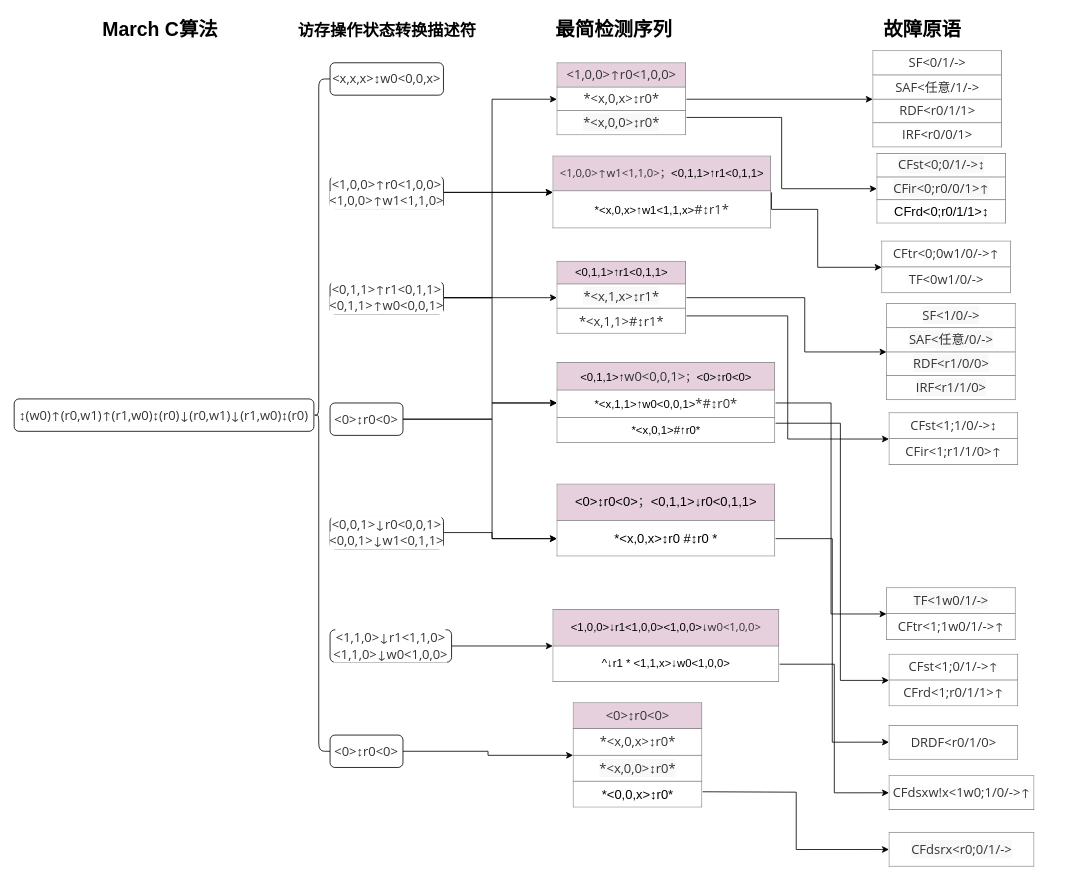
The draw.io diagram doc/march c检测故障.drawio in shanshan-lu/homwork, before the edit. Source tidied: cells renumbered, new cells numbered last; positions are measured from the earlier drawing's top-left corner, leaving out a move shared by most shapes. Both pictures are drawn from the tidied source at 81%, with x=0, y=0 at pixel (14, 14).
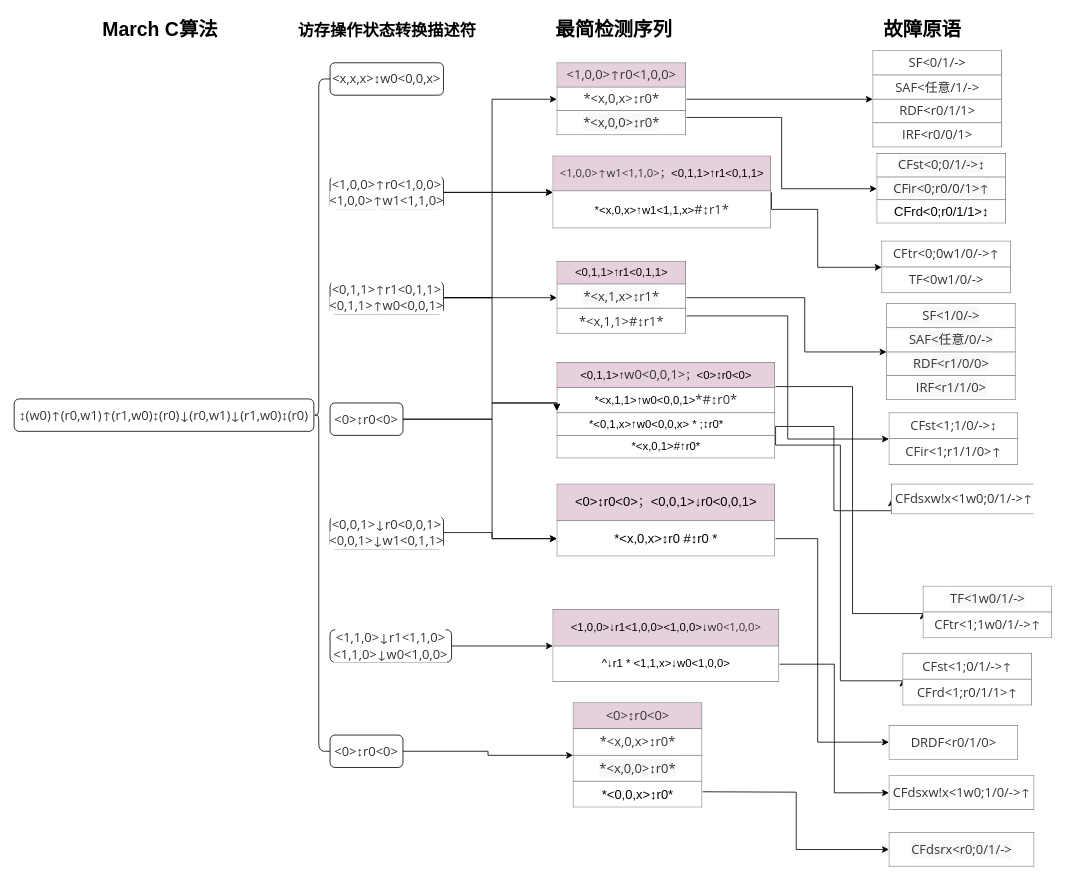
After the change.

Commit message (it also covers changes not shown here):
更新march c检测故障.drawio

The change refers to these unchanged cells:
```xml
<mxCell id="48" value="&lt;table border=&quot;1&quot; width=&quot;100%&quot; height=&quot;100%&quot; cellpadding=&quot;4&quot; style=&quot;width: 100%; height: 100%; border-collapse: collapse; background-color: rgb(255, 255, 255);&quot;&gt;&lt;tbody&gt;&lt;tr&gt;&lt;th style=&quot;text-align: center;&quot;&gt;&lt;span style=&quot;color: rgb(51, 51, 51); font-family: &amp;quot;Open Sans&amp;quot;, &amp;quot;Clear Sans&amp;quot;, &amp;quot;Helvetica Neue&amp;quot;, Helvetica, Arial, sans-serif; font-size: 16px; font-weight: 400; text-align: left;&quot;&gt;DRDF&amp;lt;r0/1/0&amp;gt;&lt;/span&gt;&lt;br&gt;&lt;/th&gt;&lt;/tr&gt;&lt;/tbody&gt;&lt;/table&gt;" style="text;html=1;overflow=fill;rounded=1;glass=0;labelBackgroundColor=#E6D0DE;fontSize=14;" parent="1" vertex="1">
  <mxGeometry x="1080" y="877.5" width="160" height="42.5" as="geometry" />
</mxCell>
```

Change to the diagram source:
```diff
@@
+    <mxCell id="13" style="edgeStyle=orthogonalEdgeStyle;rounded=0;jettySize=auto;html=1;exitX=1;exitY=0.75;exitDx=0;exitDy=0;entryX=0;entryY=0.5;entryDx=0;entryDy=0;fontSize=20;fontColor=#000000;" parent="1" edge="1" source="14" target="47">
+      <mxGeometry relative="1" as="geometry">
+        <Array as="points">
+          <mxPoint x="940" y="532" />
+          <mxPoint x="1020" y="532" />
+          <mxPoint x="1020" y="823" />
+        </Array>
+      </mxGeometry>
+    </mxCell>
+    <mxCell id="52" style="edgeStyle=orthogonalEdgeStyle;rounded=0;jettySize=auto;html=1;exitX=1;exitY=0.75;exitDx=0;exitDy=0;entryX=0;entryY=0.5;entryDx=0;entryDy=0;" parent="1" edge="1" source="14" target="53">
+      <mxGeometry relative="1" as="geometry">
+        <Array as="points">
+          <mxPoint x="940" y="509" />
+          <mxPoint x="1012" y="509" />
+          <mxPoint x="1012" y="613" />
+        </Array>
+      </mxGeometry>
+    </mxCell>
-    <mxCell id="12" style="edgeStyle=orthogonalEdgeStyle;rounded=0;jettySize=auto;html=1;exitX=1;exitY=0.5;exitDx=0;exitDy=0;entryX=0;entryY=0.5;entryDx=0;entryDy=0;fontSize=20;fontColor=#000000;" parent="1" edge="1" source="14" target="46">
-      <mxGeometry relative="1" as="geometry" />
+    <mxCell id="12" style="edgeStyle=orthogonalEdgeStyle;rounded=0;jettySize=auto;html=1;exitX=1;exitY=0.25;exitDx=0;exitDy=0;entryX=0;entryY=0.5;entryDx=0;entryDy=0;" parent="1" edge="1" source="14" target="46">
+      <mxGeometry relative="1" as="geometry">
+        <Array as="points">
+          <mxPoint x="1035" y="460" />
+          <mxPoint x="1035" y="740" />
+        </Array>
+      </mxGeometry>
     </mxCell>
-    <mxCell id="13" style="edgeStyle=orthogonalEdgeStyle;rounded=0;jettySize=auto;html=1;exitX=1;exitY=0.75;exitDx=0;exitDy=0;entryX=0;entryY=0.5;entryDx=0;entryDy=0;fontSize=20;fontColor=#000000;" parent="1" edge="1" source="14" target="47">
-      <mxGeometry relative="1" as="geometry">
-        <Array as="points">
-          <mxPoint x="1020" y="505" />
-          <mxPoint x="1020" y="823" />
-        </Array>
-      </mxGeometry>
-    </mxCell>
-    <mxCell id="14" value="&lt;table border=&quot;1&quot; width=&quot;100%&quot; height=&quot;100%&quot; cellpadding=&quot;4&quot; style=&quot;width: 100%; height: 100%; border-collapse: collapse; font-size: 14px;&quot;&gt;&lt;tbody&gt;&lt;tr&gt;&lt;th style=&quot;background-color: rgb(230, 208, 222);&quot; align=&quot;center&quot;&gt;&lt;font style=&quot;font-size: 14px;&quot;&gt;&lt;span style=&quot;font-weight: normal;&quot;&gt;&amp;lt;0,1,1&amp;gt;↑&lt;span style=&quot;color: rgb(51, 51, 51); font-family: &amp;quot;Open Sans&amp;quot;, &amp;quot;Clear Sans&amp;quot;, &amp;quot;Helvetica Neue&amp;quot;, Helvetica, Arial, sans-serif; font-size: 16px; orphans: 4; text-align: left;&quot;&gt;w0&amp;lt;0,0,1&amp;gt;&lt;/span&gt;&lt;/span&gt;&lt;span style=&quot;font-weight: 400; color: rgb(51, 51, 51); font-family: &amp;quot;Open Sans&amp;quot;, &amp;quot;Clear Sans&amp;quot;, &amp;quot;Helvetica Neue&amp;quot;, Helvetica, Arial, sans-serif; orphans: 4; text-align: left;&quot;&gt;；&lt;/span&gt;&lt;/font&gt;&lt;span style=&quot;font-weight: normal;&quot;&gt;&amp;lt;0&amp;gt;↕r0&amp;lt;0&amp;gt;&lt;/span&gt;&lt;br&gt;&lt;/th&gt;&lt;/tr&gt;&lt;tr&gt;&lt;td align=&quot;center&quot;&gt;*&amp;lt;x,1,1&amp;gt;↑w0&amp;lt;0,0,1&amp;gt;&lt;span style=&quot;box-sizing: border-box; color: rgb(51, 51, 51); font-family: &amp;quot;Open Sans&amp;quot;, &amp;quot;Clear Sans&amp;quot;, &amp;quot;Helvetica Neue&amp;quot;, Helvetica, Arial, sans-serif; font-size: 16px; text-align: left; background-color: rgb(255, 255, 255);&quot;&gt;*&lt;/span&gt;&lt;span style=&quot;box-sizing: border-box; color: rgb(51, 51, 51); font-family: &amp;quot;Open Sans&amp;quot;, &amp;quot;Clear Sans&amp;quot;, &amp;quot;Helvetica Neue&amp;quot;, Helvetica, Arial, sans-serif; font-size: 16px; text-align: left; background-color: rgb(255, 255, 255);&quot; class=&quot;md-plain&quot;&gt;#↕r0&lt;/span&gt;&lt;span style=&quot;box-sizing: border-box; color: rgb(51, 51, 51); font-family: &amp;quot;Open Sans&amp;quot;, &amp;quot;Clear Sans&amp;quot;, &amp;quot;Helvetica Neue&amp;quot;, Helvetica, Arial, sans-serif; font-size: 16px; text-align: left; background-color: rgb(255, 255, 255);&quot;&gt;*&lt;/span&gt;&lt;b&gt;&lt;br&gt;&lt;/b&gt;&lt;/td&gt;&lt;/tr&gt;&lt;tr&gt;&lt;td style=&quot;text-align: center;&quot;&gt;*&amp;lt;x,0,1&amp;gt;#↑r0*&lt;br&gt;&lt;/td&gt;&lt;/tr&gt;&lt;/tbody&gt;&lt;/table&gt;" style="text;html=1;strokeColor=none;fillColor=none;overflow=fill;rounded=1;glass=0;arcSize=27;" parent="1" vertex="1">
-      <mxGeometry x="670" y="430" width="270" height="100" as="geometry" />
+    <mxCell id="14" value="&lt;table border=&quot;1&quot; width=&quot;100%&quot; height=&quot;100%&quot; cellpadding=&quot;4&quot; style=&quot;width: 100%; height: 100%; border-collapse: collapse; font-size: 14px;&quot;&gt;&lt;tbody&gt;&lt;tr&gt;&lt;th style=&quot;background-color: rgb(230, 208, 222);&quot; align=&quot;center&quot;&gt;&lt;font style=&quot;font-size: 14px;&quot;&gt;&lt;span style=&quot;font-weight: normal;&quot;&gt;&amp;lt;0,1,1&amp;gt;↑&lt;span style=&quot;color: rgb(51, 51, 51); font-family: &amp;quot;Open Sans&amp;quot;, &amp;quot;Clear Sans&amp;quot;, &amp;quot;Helvetica Neue&amp;quot;, Helvetica, Arial, sans-serif; font-size: 16px; orphans: 4; text-align: left;&quot;&gt;w0&amp;lt;0,0,1&amp;gt;&lt;/span&gt;&lt;/span&gt;&lt;span style=&quot;font-weight: 400; color: rgb(51, 51, 51); font-family: &amp;quot;Open Sans&amp;quot;, &amp;quot;Clear Sans&amp;quot;, &amp;quot;Helvetica Neue&amp;quot;, Helvetica, Arial, sans-serif; orphans: 4; text-align: left;&quot;&gt;；&lt;/span&gt;&lt;/font&gt;&lt;span style=&quot;font-weight: normal;&quot;&gt;&amp;lt;0&amp;gt;↕r0&amp;lt;0&amp;gt;&lt;/span&gt;&lt;br&gt;&lt;/th&gt;&lt;/tr&gt;&lt;tr&gt;&lt;td align=&quot;center&quot;&gt;*&amp;lt;x,1,1&amp;gt;↑w0&amp;lt;0,0,1&amp;gt;&lt;span style=&quot;box-sizing: border-box; color: rgb(51, 51, 51); font-family: &amp;quot;Open Sans&amp;quot;, &amp;quot;Clear Sans&amp;quot;, &amp;quot;Helvetica Neue&amp;quot;, Helvetica, Arial, sans-serif; font-size: 16px; text-align: left; background-color: rgb(255, 255, 255);&quot;&gt;*&lt;/span&gt;&lt;span style=&quot;box-sizing: border-box; color: rgb(51, 51, 51); font-family: &amp;quot;Open Sans&amp;quot;, &amp;quot;Clear Sans&amp;quot;, &amp;quot;Helvetica Neue&amp;quot;, Helvetica, Arial, sans-serif; font-size: 16px; text-align: left; background-color: rgb(255, 255, 255);&quot; class=&quot;md-plain&quot;&gt;#↕r0&lt;/span&gt;&lt;span style=&quot;box-sizing: border-box; color: rgb(51, 51, 51); font-family: &amp;quot;Open Sans&amp;quot;, &amp;quot;Clear Sans&amp;quot;, &amp;quot;Helvetica Neue&amp;quot;, Helvetica, Arial, sans-serif; font-size: 16px; text-align: left; background-color: rgb(255, 255, 255);&quot;&gt;*&lt;/span&gt;&lt;b&gt;&lt;br&gt;&lt;/b&gt;&lt;/td&gt;&lt;/tr&gt;&lt;tr&gt;&lt;td&gt;&amp;nbsp; &amp;nbsp; &amp;nbsp; &amp;nbsp; &amp;nbsp;*&amp;lt;0,1,x&amp;gt;↑w0&amp;lt;0,0,x&amp;gt; * ;↕r0*&lt;br&gt;&lt;/td&gt;&lt;/tr&gt;&lt;tr&gt;&lt;td style=&quot;text-align: center;&quot;&gt;*&amp;lt;x,0,1&amp;gt;#↑r0*&lt;br&gt;&lt;/td&gt;&lt;/tr&gt;&lt;/tbody&gt;&lt;/table&gt;" style="text;html=1;strokeColor=none;fillColor=none;overflow=fill;rounded=1;glass=0;arcSize=27;" parent="1" vertex="1">
+      <mxGeometry x="670" y="430" width="270" height="119" as="geometry" />
     </mxCell>
     <mxCell id="15" style="edgeStyle=orthogonalEdgeStyle;rounded=0;jettySize=auto;html=1;exitX=1;exitY=0.75;exitDx=0;exitDy=0;entryX=0;entryY=0.5;entryDx=0;entryDy=0;fontSize=20;fontColor=#000000;" parent="1" edge="1" source="16" target="48">
-      <mxGeometry relative="1" as="geometry" />
+      <mxGeometry relative="1" as="geometry">
+        <Array as="points">
+          <mxPoint x="992" y="648" />
+          <mxPoint x="992" y="899" />
+        </Array>
+      </mxGeometry>
     </mxCell>
-    <mxCell id="16" value="&lt;table border=&quot;1&quot; width=&quot;100%&quot; height=&quot;100%&quot; cellpadding=&quot;4&quot; style=&quot;width: 100%; height: 100%; border-collapse: collapse; font-size: 14px;&quot;&gt;&lt;tbody&gt;&lt;tr style=&quot;font-size: 16px;&quot;&gt;&lt;th style=&quot;background-color: rgb(230, 208, 222);&quot; align=&quot;center&quot;&gt;&lt;span style=&quot;font-weight: normal;&quot;&gt;&lt;font style=&quot;font-size: 16px;&quot;&gt;&amp;lt;0&amp;gt;↕r0&amp;lt;0&amp;gt;&lt;span style=&quot;color: rgb(51, 51, 51); font-family: &amp;quot;Open Sans&amp;quot;, &amp;quot;Clear Sans&amp;quot;, &amp;quot;Helvetica Neue&amp;quot;, Helvetica, Arial, sans-serif; orphans: 4; text-align: left;&quot;&gt;；&lt;/span&gt;&lt;/font&gt;&amp;lt;0,1,1&amp;gt;↓r0&amp;lt;0,1,1&amp;gt;&lt;/span&gt;&lt;br&gt;&lt;/th&gt;&lt;/tr&gt;&lt;tr&gt;&lt;td align=&quot;center&quot;&gt;&lt;font style=&quot;font-size: 16px;&quot;&gt;*&amp;lt;x,0,x&amp;gt;↕r0 #↕r0 *&lt;/font&gt;&lt;br&gt;&lt;/td&gt;&lt;/tr&gt;&lt;/tbody&gt;&lt;/table&gt;" style="text;html=1;strokeColor=none;fillColor=none;overflow=fill;rounded=1;glass=0;arcSize=27;" parent="1" vertex="1">
+    <mxCell id="16" value="&lt;table border=&quot;1&quot; width=&quot;100%&quot; height=&quot;100%&quot; cellpadding=&quot;4&quot; style=&quot;width: 100%; height: 100%; border-collapse: collapse; font-size: 14px;&quot;&gt;&lt;tbody&gt;&lt;tr style=&quot;font-size: 16px;&quot;&gt;&lt;th style=&quot;background-color: rgb(230, 208, 222);&quot; align=&quot;center&quot;&gt;&lt;span style=&quot;font-weight: normal;&quot;&gt;&lt;font style=&quot;font-size: 16px;&quot;&gt;&amp;lt;0&amp;gt;↕r0&amp;lt;0&amp;gt;&lt;span style=&quot;color: rgb(51, 51, 51); font-family: &amp;quot;Open Sans&amp;quot;, &amp;quot;Clear Sans&amp;quot;, &amp;quot;Helvetica Neue&amp;quot;, Helvetica, Arial, sans-serif; orphans: 4; text-align: left;&quot;&gt;；&lt;/span&gt;&lt;/font&gt;&amp;lt;0,0,1&amp;gt;↓r0&amp;lt;0,0,1&amp;gt;&lt;/span&gt;&lt;br&gt;&lt;/th&gt;&lt;/tr&gt;&lt;tr&gt;&lt;td align=&quot;center&quot;&gt;&lt;font style=&quot;font-size: 16px;&quot;&gt;*&amp;lt;x,0,x&amp;gt;↕r0 #↕r0 *&lt;/font&gt;&lt;br&gt;&lt;/td&gt;&lt;/tr&gt;&lt;/tbody&gt;&lt;/table&gt;" style="text;html=1;strokeColor=none;fillColor=none;overflow=fill;rounded=1;glass=0;arcSize=27;" parent="1" vertex="1">
       <mxGeometry x="670" y="580" width="270" height="90" as="geometry" />
     </mxCell>
@@
     <mxCell id="46" value="&lt;table border=&quot;1&quot; width=&quot;100%&quot; height=&quot;100%&quot; cellpadding=&quot;4&quot; style=&quot;width: 100%; height: 100%; border-collapse: collapse; background-color: rgb(255, 255, 255);&quot;&gt;&lt;tbody&gt;&lt;tr&gt;&lt;th style=&quot;text-align: center;&quot;&gt;&lt;span style=&quot;color: rgb(51, 51, 51); font-family: &amp;quot;Open Sans&amp;quot;, &amp;quot;Clear Sans&amp;quot;, &amp;quot;Helvetica Neue&amp;quot;, Helvetica, Arial, sans-serif; font-size: 16px; font-weight: 400; text-align: left; background-color: rgb(248, 248, 248);&quot;&gt;TF&amp;lt;1w0/1/-&amp;gt;&lt;/span&gt;&lt;br&gt;&lt;/th&gt;&lt;/tr&gt;&lt;tr&gt;&lt;td style=&quot;&quot; align=&quot;center&quot;&gt;&lt;span style=&quot;color: rgb(51, 51, 51); font-family: &amp;quot;Open Sans&amp;quot;, &amp;quot;Clear Sans&amp;quot;, &amp;quot;Helvetica Neue&amp;quot;, Helvetica, Arial, sans-serif; font-size: 16px; text-align: left;&quot;&gt;CFtr&amp;lt;1;1w0/1/-&amp;gt;↑&lt;/span&gt;&lt;br&gt;&lt;/td&gt;&lt;/tr&gt;&lt;/tbody&gt;&lt;/table&gt;" style="text;html=1;overflow=fill;rounded=1;glass=0;labelBackgroundColor=#E6D0DE;fontSize=14;" parent="1" vertex="1">
-      <mxGeometry x="1077" y="708" width="160" height="65" as="geometry" />
+      <mxGeometry x="1122" y="706" width="160" height="65" as="geometry" />
     </mxCell>
     <mxCell id="47" value="&lt;table border=&quot;1&quot; width=&quot;100%&quot; height=&quot;100%&quot; cellpadding=&quot;4&quot; style=&quot;width: 100%; height: 100%; border-collapse: collapse; background-color: rgb(255, 255, 255);&quot;&gt;&lt;tbody&gt;&lt;tr&gt;&lt;th style=&quot;text-align: center;&quot;&gt;&lt;span style=&quot;color: rgb(51, 51, 51); font-family: &amp;quot;Open Sans&amp;quot;, &amp;quot;Clear Sans&amp;quot;, &amp;quot;Helvetica Neue&amp;quot;, Helvetica, Arial, sans-serif; font-size: 16px; font-weight: 400; text-align: left;&quot;&gt;CFst&amp;lt;1;0/1/-&amp;gt;↑&lt;/span&gt;&lt;br&gt;&lt;/th&gt;&lt;/tr&gt;&lt;tr&gt;&lt;td style=&quot;&quot; align=&quot;center&quot;&gt;&lt;span style=&quot;color: rgb(51, 51, 51); font-family: &amp;quot;Open Sans&amp;quot;, &amp;quot;Clear Sans&amp;quot;, &amp;quot;Helvetica Neue&amp;quot;, Helvetica, Arial, sans-serif; font-size: 16px; text-align: left;&quot;&gt;CFrd&amp;lt;1;r0/1/1&amp;gt;↑&lt;/span&gt;&lt;br&gt;&lt;/td&gt;&lt;/tr&gt;&lt;/tbody&gt;&lt;/table&gt;" style="text;html=1;overflow=fill;rounded=1;glass=0;labelBackgroundColor=#E6D0DE;fontSize=14;" parent="1" vertex="1">
-      <mxGeometry x="1080" y="790" width="160" height="65" as="geometry" />
+      <mxGeometry x="1097" y="789" width="160" height="65" as="geometry" />
     </mxCell>
@@
+    <mxCell id="53" value="&lt;table border=&quot;1&quot; width=&quot;100%&quot; height=&quot;100%&quot; cellpadding=&quot;4&quot; style=&quot;width: 100%; height: 100%; border-collapse: collapse; background-color: rgb(255, 255, 255);&quot;&gt;&lt;tbody&gt;&lt;tr&gt;&lt;th style=&quot;text-align: center;&quot;&gt;&lt;span style=&quot;color: rgb(51, 51, 51); font-family: &amp;quot;Open Sans&amp;quot;, &amp;quot;Clear Sans&amp;quot;, &amp;quot;Helvetica Neue&amp;quot;, Helvetica, Arial, sans-serif; font-size: 16px; font-weight: 400; text-align: left;&quot;&gt;CFdsxw!x&lt;/span&gt;&lt;font face=&quot;Open Sans, Clear Sans, Helvetica Neue, Helvetica, Arial, sans-serif&quot; color=&quot;#333333&quot;&gt;&lt;span style=&quot;font-size: 16px; font-weight: 400;&quot;&gt;&amp;lt;1w0;0/1/-&amp;gt;↑&lt;/span&gt;&lt;/font&gt;&lt;br&gt;&lt;/th&gt;&lt;/tr&gt;&lt;/tbody&gt;&lt;/table&gt;" style="text;html=1;overflow=fill;rounded=1;glass=0;labelBackgroundColor=#E6D0DE;fontSize=14;" parent="1" vertex="1">
+      <mxGeometry x="1083" y="580" width="176" height="38" as="geometry" />
+    </mxCell>
```
